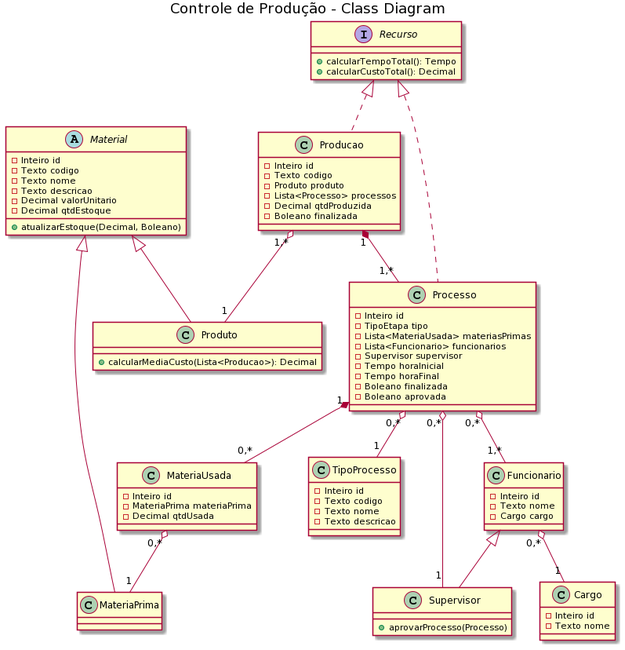
Above: Diagrama de classes - Controle de Produção.png in Thiago-Alexandre/ProjetoControleProducao (PlantUML), before the change.
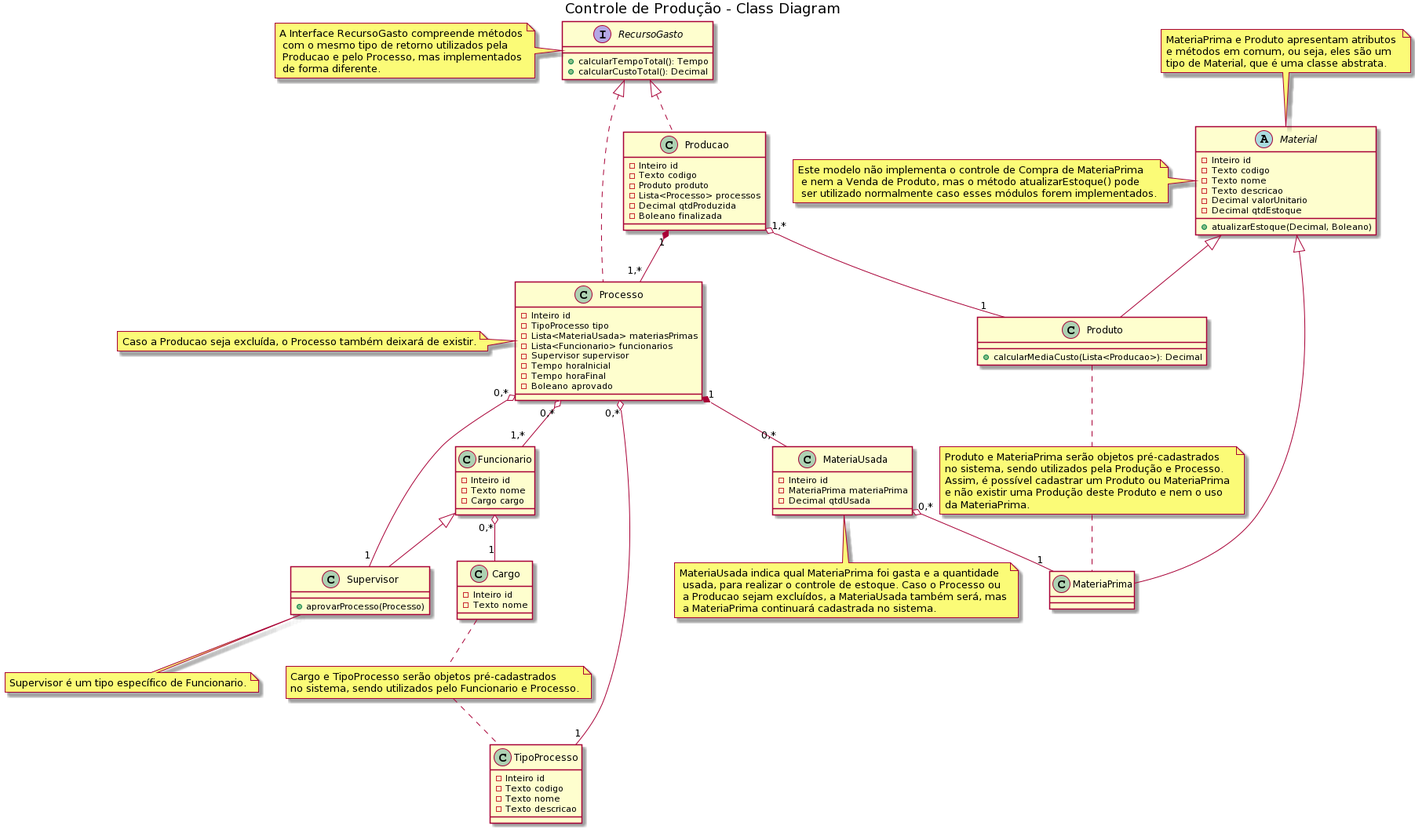
Above is the later version.

Commit message:
Adicionado informações sobre o contexto do projeto e notas no diagrama de Classes.

The edit, as a diff of the source:
```diff
@@ -34,17 +34,16 @@
 
 class Processo{
   -Inteiro id
-  -TipoEtapa tipo
+  -TipoProcesso tipo
   -Lista<MateriaUsada> materiasPrimas
   -Lista<Funcionario> funcionarios
   -Supervisor supervisor
   -Tempo horaInicial
   -Tempo horaFinal
-  -Boleano finalizada
-  -Boleano aprovada
+  -Boleano aprovado
 }
 
-interface Recurso{
+interface RecursoGasto{
   +calcularTempoTotal(): Tempo
   +calcularCustoTotal(): Decimal
 }
@@ -71,8 +70,28 @@
   -Texto nome
 }
 
-Recurso <|.. Processo
-Recurso <|.. Producao
+note left of Material : Este modelo não implementa o controle de Compra de MateriaPrima\n e nem a Venda de Produto, mas o método atualizarEstoque() pode\n ser utilizado normalmente caso esses módulos forem implementados.
+
+note top of Material : MateriaPrima e Produto apresentam atributos \ne métodos em comum, ou seja, eles são um \ntipo de Material, que é uma classe abstrata.
+
+note "Produto e MateriaPrima serão objetos pré-cadastrados \nno sistema, sendo utilizados pela Produção e Processo. \nAssim, é possível cadastrar um Produto ou MateriaPrima \ne não existir uma Produção deste Produto e nem o uso \nda MateriaPrima." as N1
+Produto .. N1
+N1 .. MateriaPrima
+
+note "Cargo e TipoProcesso serão objetos pré-cadastrados \nno sistema, sendo utilizados pelo Funcionario e Processo." as N2
+Cargo .. N2
+N2 .. TipoProcesso
+
+note bottom of MateriaUsada : MateriaUsada indica qual MateriaPrima foi gasta e a quantidade\n usada, para realizar o controle de estoque. Caso o Processo ou\n a Producao sejam excluídos, a MateriaUsada também será, mas\n a MateriaPrima continuará cadastrada no sistema.
+
+note bottom of Supervisor: Supervisor é um tipo específico de Funcionario.
+
+note left of Processo: Caso a Producao seja excluída, o Processo também deixará de existir.
+
+note left of RecursoGasto: A Interface RecursoGasto compreende métodos\n com o mesmo tipo de retorno utilizados pela\n Producao e pelo Processo, mas implementados\n de forma diferente.
+
+RecursoGasto <|.. Processo
+RecursoGasto <|.. Producao
 
 Material <|-- Produto
 Material <|-- MateriaPrima
```
